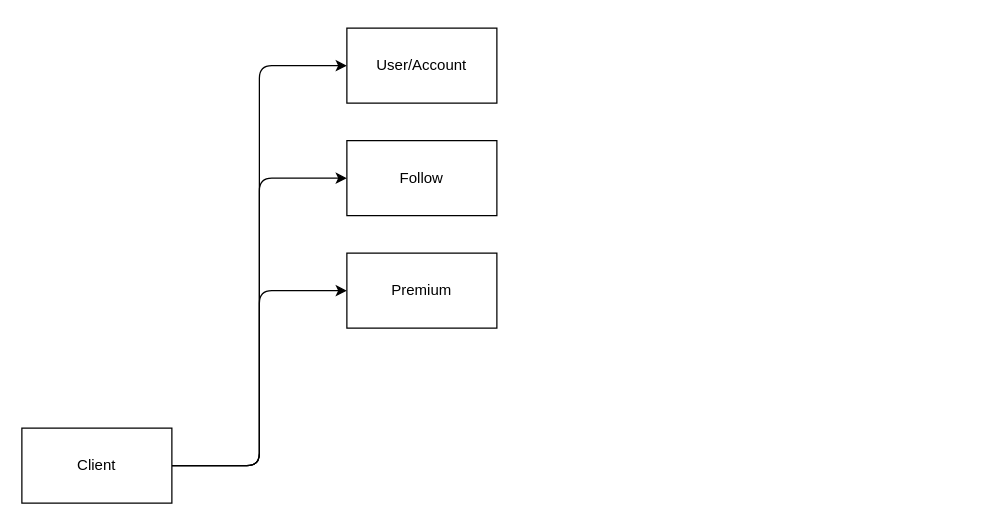
Above: services.drawio in thevuong8000/497S (draw.io), before the change. Source tidied: cells renumbered, new cells numbered last; positions are measured from the earlier drawing's top-left corner, leaving out a move shared by most shapes. Both pictures are drawn from the tidied source at 125%, with x=0, y=0 at pixel (21, 28).
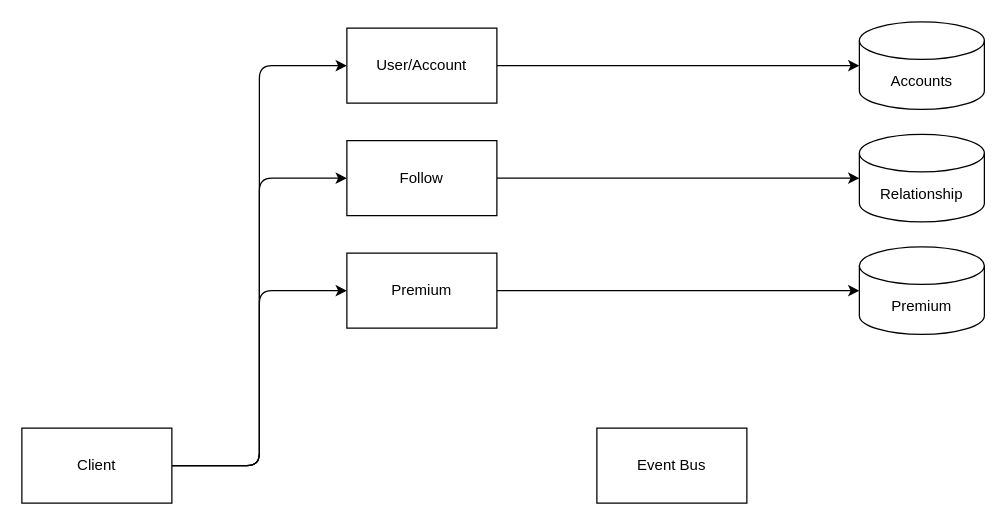
Above is the later version.

Commit message:
add database to user services

The edit, as a diff of the source:
```diff
@@
 <mxGraphModel>
   <root>
     <mxCell id="0" />
     <mxCell id="1" parent="0" />
     <mxCell id="2" style="edgeStyle=orthogonalEdgeStyle;html=1;exitX=1;exitY=0.5;exitDx=0;exitDy=0;entryX=0;entryY=0.5;entryDx=0;entryDy=0;" parent="1" edge="1" source="5" target="6">
       <mxGeometry relative="1" as="geometry" />
     </mxCell>
     <mxCell id="3" style="edgeStyle=orthogonalEdgeStyle;html=1;entryX=0;entryY=0.5;entryDx=0;entryDy=0;" parent="1" edge="1" source="5" target="7">
       <mxGeometry relative="1" as="geometry" />
     </mxCell>
     <mxCell id="4" style="edgeStyle=orthogonalEdgeStyle;html=1;entryX=0;entryY=0.5;entryDx=0;entryDy=0;" parent="1" edge="1" source="5" target="8">
       <mxGeometry relative="1" as="geometry" />
     </mxCell>
     <mxCell id="5" value="Client" style="rounded=0;whiteSpace=wrap;html=1;" parent="1" vertex="1">
       <mxGeometry y="320" width="120" height="60" as="geometry" />
     </mxCell>
+    <mxCell id="9" style="edgeStyle=none;html=1;entryX=0;entryY=0.5;entryDx=0;entryDy=0;entryPerimeter=0;" parent="1" edge="1" source="6" target="13">
+      <mxGeometry relative="1" as="geometry" />
+    </mxCell>
     <mxCell id="6" value="User/Account" style="rounded=0;whiteSpace=wrap;html=1;" parent="1" vertex="1">
       <mxGeometry x="260" width="120" height="60" as="geometry" />
     </mxCell>
+    <mxCell id="10" style="edgeStyle=none;html=1;entryX=0;entryY=0.5;entryDx=0;entryDy=0;entryPerimeter=0;" parent="1" edge="1" source="7" target="15">
+      <mxGeometry relative="1" as="geometry" />
+    </mxCell>
     <mxCell id="7" value="Follow" style="rounded=0;whiteSpace=wrap;html=1;" parent="1" vertex="1">
       <mxGeometry x="260" y="90" width="120" height="60" as="geometry" />
     </mxCell>
+    <mxCell id="11" style="edgeStyle=none;html=1;entryX=0;entryY=0.5;entryDx=0;entryDy=0;entryPerimeter=0;" parent="1" edge="1" source="8" target="14">
+      <mxGeometry relative="1" as="geometry" />
+    </mxCell>
     <mxCell id="8" value="Premium" style="rounded=0;whiteSpace=wrap;html=1;" parent="1" vertex="1">
       <mxGeometry x="260" y="180" width="120" height="60" as="geometry" />
     </mxCell>
+    <mxCell id="12" value="Event Bus" style="rounded=0;whiteSpace=wrap;html=1;" parent="1" vertex="1">
+      <mxGeometry x="460" y="320" width="120" height="60" as="geometry" />
+    </mxCell>
+    <mxCell id="13" value="Accounts" style="shape=cylinder3;whiteSpace=wrap;html=1;boundedLbl=1;backgroundOutline=1;size=15;" parent="1" vertex="1">
+      <mxGeometry x="670" y="-5" width="100" height="70" as="geometry" />
+    </mxCell>
+    <mxCell id="14" value="Premium" style="shape=cylinder3;whiteSpace=wrap;html=1;boundedLbl=1;backgroundOutline=1;size=15;" parent="1" vertex="1">
+      <mxGeometry x="670" y="175" width="100" height="70" as="geometry" />
+    </mxCell>
+    <mxCell id="15" value="Relationship" style="shape=cylinder3;whiteSpace=wrap;html=1;boundedLbl=1;backgroundOutline=1;size=15;" parent="1" vertex="1">
+      <mxGeometry x="670" y="85" width="100" height="70" as="geometry" />
+    </mxCell>
   </root>
 </mxGraphModel>
```
